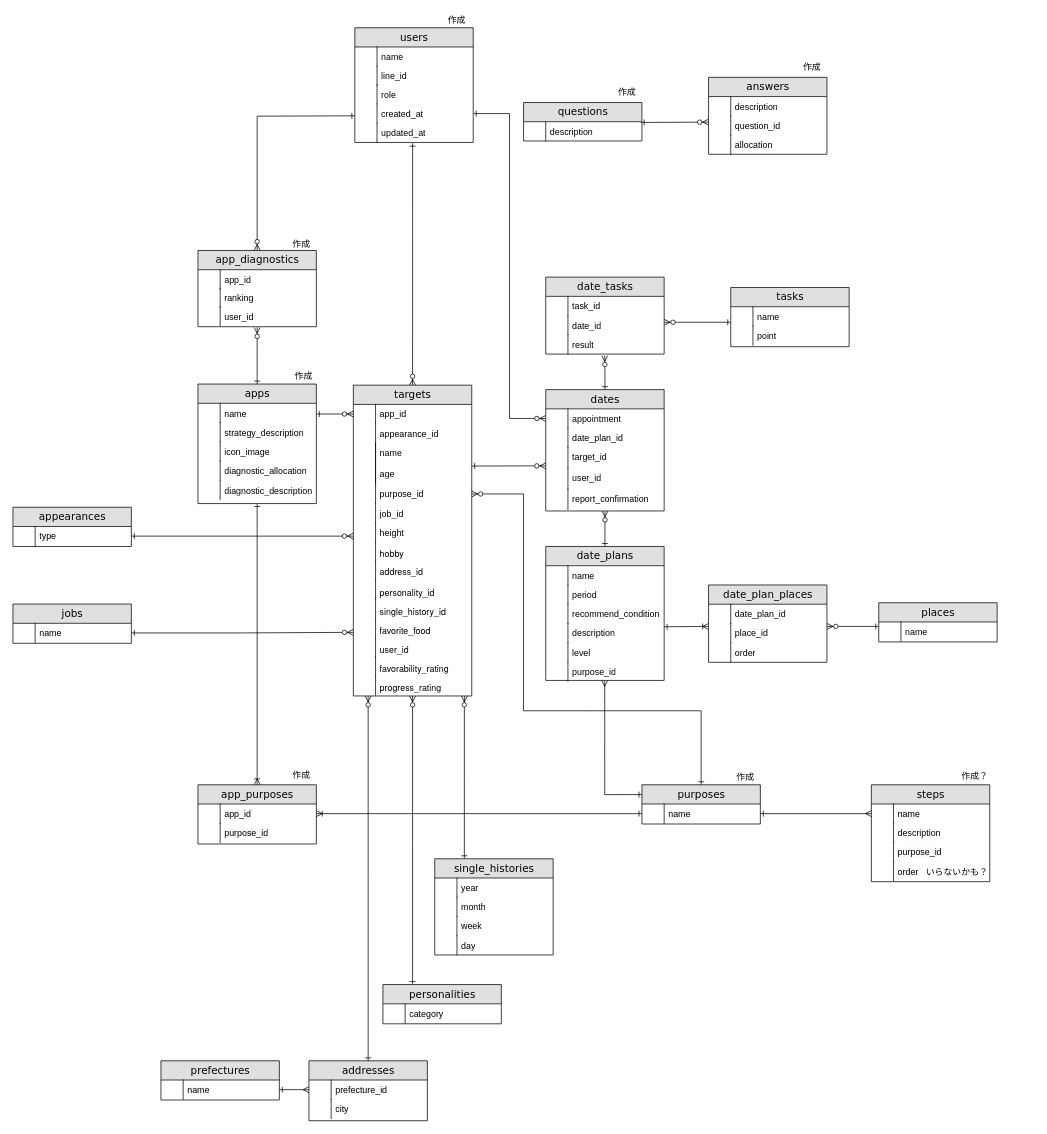
Earlier version of the draw.io diagram Untitled Diagram.drawio (kstar0102/ryuki0102). Source tidied: cells renumbered, new cells numbered last; positions are measured from the earlier drawing's top-left corner, leaving out a move shared by most shapes. Both pictures are drawn from the tidied source at 74%, with x=0, y=0 at pixel (13, 13).
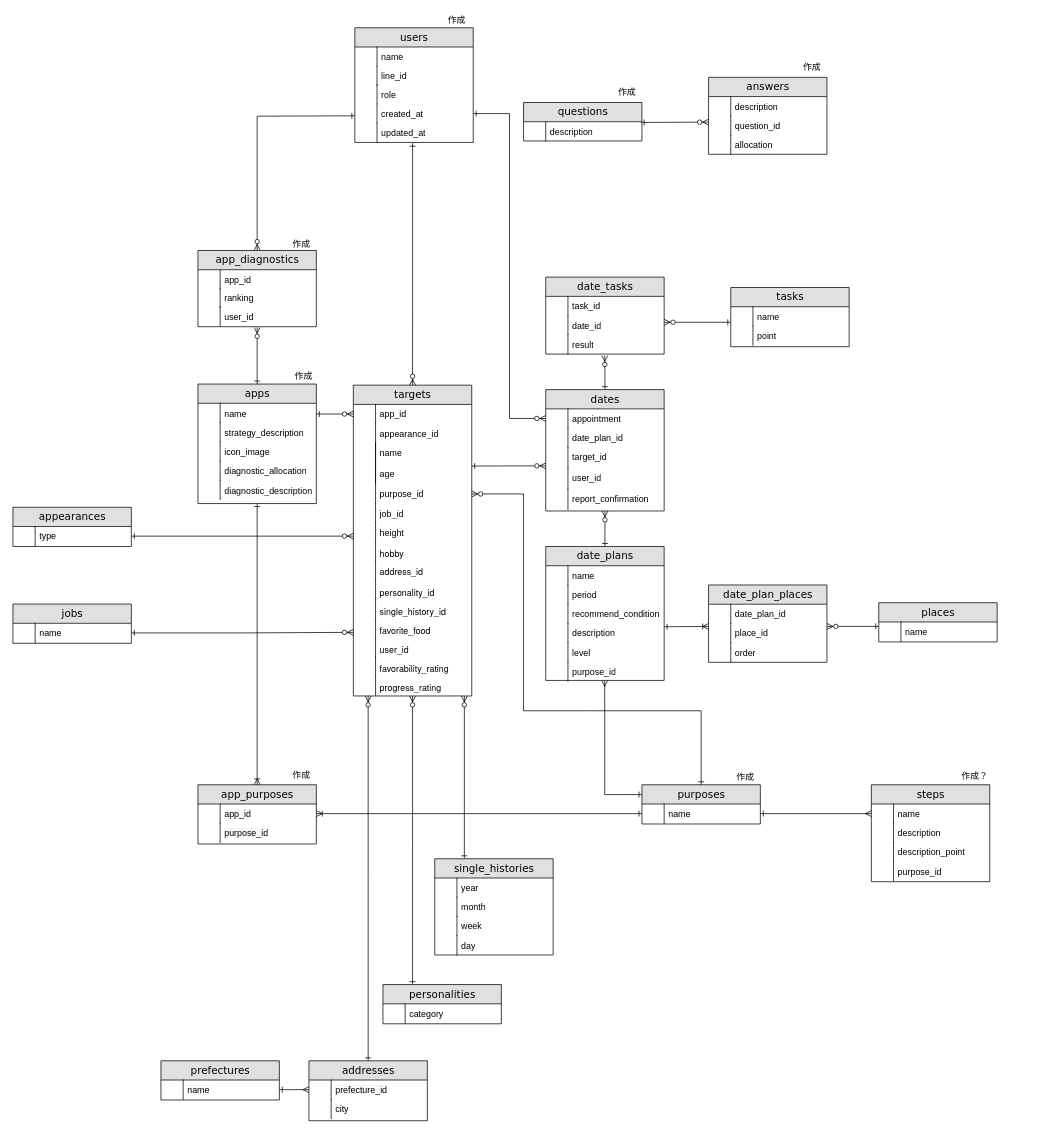
Above is the later version.

The change refers to these unchanged cells:
```xml
<mxCell id="63" value="steps" style="swimlane;html=1;fontStyle=0;horizontal=1;startSize=26;fillColor=#e0e0e0;swimlaneFillColor=#ffffff;align=center;rounded=0;shadow=0;comic=0;labelBackgroundColor=none;strokeWidth=1;fontFamily=Verdana;fontSize=14;" parent="1" vertex="1">
  <mxGeometry x="1160" y="1043" width="160" height="131" as="geometry" />
</mxCell>
```

Diff of the diagram source:
```diff
@@
-    <mxCell id="68" value="&lt;span style=&quot;color: rgb(0 , 0 , 0) ; font-family: &amp;#34;helvetica&amp;#34; ; font-size: 12px ; font-style: normal ; font-weight: 400 ; letter-spacing: normal ; text-align: left ; text-indent: 0px ; text-transform: none ; word-spacing: 0px ; background-color: rgb(248 , 249 , 250) ; display: inline ; float: none&quot;&gt;purpose_id&lt;/span&gt;" style="shape=partialRectangle;top=0;left=0;right=0;bottom=0;html=1;align=left;verticalAlign=top;fillColor=none;spacingLeft=34;spacingRight=4;whiteSpace=wrap;overflow=hidden;" parent="63" vertex="1">
+    <mxCell id="68" value="&lt;span style=&quot;font-family: &amp;#34;helvetica&amp;#34;&quot;&gt;description_point&lt;/span&gt;" style="shape=partialRectangle;top=0;left=0;right=0;bottom=0;html=1;align=left;verticalAlign=top;fillColor=none;spacingLeft=34;spacingRight=4;whiteSpace=wrap;overflow=hidden;" parent="63" vertex="1">
       <mxGeometry y="78" width="160" height="26" as="geometry" />
     </mxCell>
@@
-    <mxCell id="111" value="&lt;span style=&quot;color: rgb(0 , 0 , 0) ; font-family: &amp;#34;helvetica&amp;#34; ; font-size: 12px ; font-style: normal ; font-weight: 400 ; letter-spacing: normal ; text-align: left ; text-indent: 0px ; text-transform: none ; word-spacing: 0px ; background-color: rgb(248 , 249 , 250) ; display: inline ; float: none&quot;&gt;order&lt;/span&gt;" style="shape=partialRectangle;top=0;left=0;right=0;bottom=0;html=1;align=left;verticalAlign=top;fillColor=none;spacingLeft=34;spacingRight=4;whiteSpace=wrap;overflow=hidden;" parent="1" vertex="1">
+    <mxCell id="111" value="&lt;span style=&quot;font-family: &amp;#34;helvetica&amp;#34;&quot;&gt;purpose_id&lt;/span&gt;" style="shape=partialRectangle;top=0;left=0;right=0;bottom=0;html=1;align=left;verticalAlign=top;fillColor=none;spacingLeft=34;spacingRight=4;whiteSpace=wrap;overflow=hidden;" parent="1" vertex="1">
       <mxGeometry x="1160" y="1147" width="160" height="26" as="geometry" />
     </mxCell>
@@
-    <mxCell id="191" value="いらないかも？" style="text;html=1;strokeColor=none;fillColor=none;align=center;verticalAlign=middle;whiteSpace=wrap;rounded=0;" parent="1" vertex="1">
-      <mxGeometry x="1221" y="1151" width="110" height="20" as="geometry" />
-    </mxCell>
```
